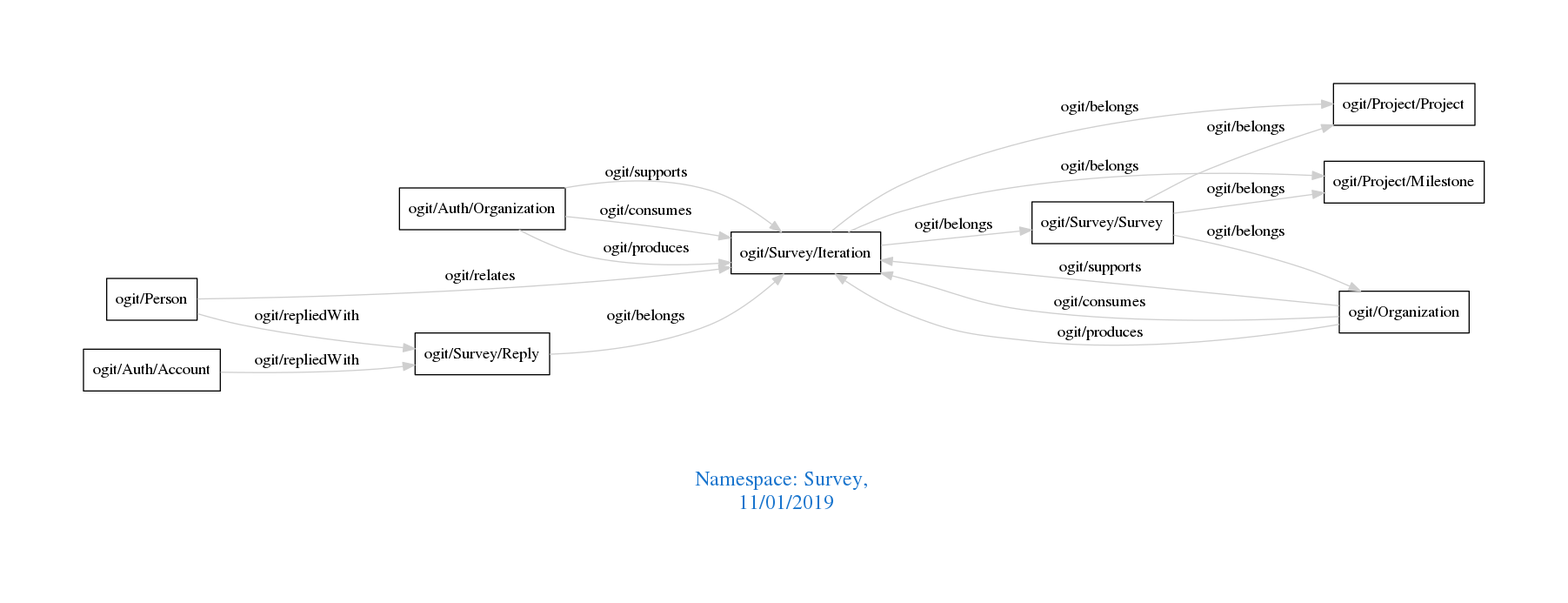
Above: downloads/Survey.png in arago/OGIT (Graphviz), before the change. Its source is kept beside it as downloads/Survey.dot. Its diagram source:
```dot
digraph OGIT_ontology {
 graph [ rankdir= LR,pad=1
fontsize = 18,
fontcolor= dodgerblue3,label = "\n\n\nNamespace: Survey, \n 11/01/2019"];
node[shape=polygon];
edge [  color="gray81"];

   "ogit/Auth/Organization" -> "ogit/Survey/Iteration" [label="   ogit/supports    "];
   "ogit/Organization" -> "ogit/Survey/Iteration" [label="   ogit/supports    "];
   "ogit/Auth/Organization" -> "ogit/Survey/Iteration" [label="   ogit/consumes    "];
   "ogit/Organization" -> "ogit/Survey/Iteration" [label="   ogit/consumes    "];
   "ogit/Auth/Organization" -> "ogit/Survey/Iteration" [label="   ogit/produces    "];
   "ogit/Organization" -> "ogit/Survey/Iteration" [label="   ogit/produces    "];
   "ogit/Survey/Iteration" -> "ogit/Project/Milestone" [label="   ogit/belongs    "];
   "ogit/Survey/Iteration" -> "ogit/Project/Project" [label="   ogit/belongs    "];
   "ogit/Survey/Iteration" -> "ogit/Survey/Survey" [label="   ogit/belongs    "];
   "ogit/Survey/Reply" -> "ogit/Survey/Iteration" [label="   ogit/belongs    "];
   "ogit/Survey/Survey" -> "ogit/Organization" [label="   ogit/belongs    "];
   "ogit/Survey/Survey" -> "ogit/Project/Milestone" [label="   ogit/belongs    "];
   "ogit/Survey/Survey" -> "ogit/Project/Project" [label="   ogit/belongs    "];
   "ogit/Auth/Account" -> "ogit/Survey/Reply" [label="   ogit/repliedWith    "];
   "ogit/Person" -> "ogit/Survey/Reply" [label="   ogit/repliedWith    "];
   "ogit/Person" -> "ogit/Survey/Iteration" [label="   ogit/relates    "];
}
```
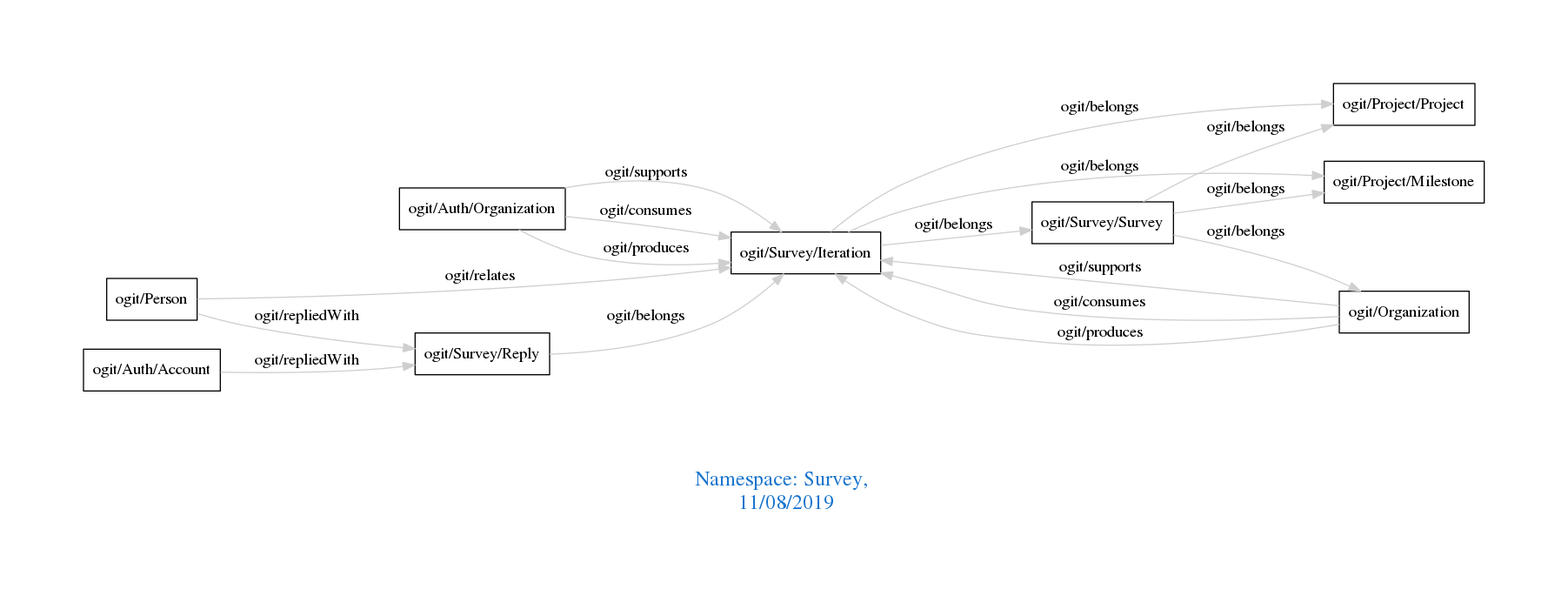
Later version of the same file.

Diff of the diagram source:
```diff
@@ -1,7 +1,7 @@
 digraph OGIT_ontology {
  graph [ rankdir= LR,pad=1
 fontsize = 18,
-fontcolor= dodgerblue3,label = "\n\n\nNamespace: Survey, \n 11/01/2019"];
+fontcolor= dodgerblue3,label = "\n\n\nNamespace: Survey, \n 11/08/2019"];
 node[shape=polygon];
 edge [  color="gray81"];
 
```
